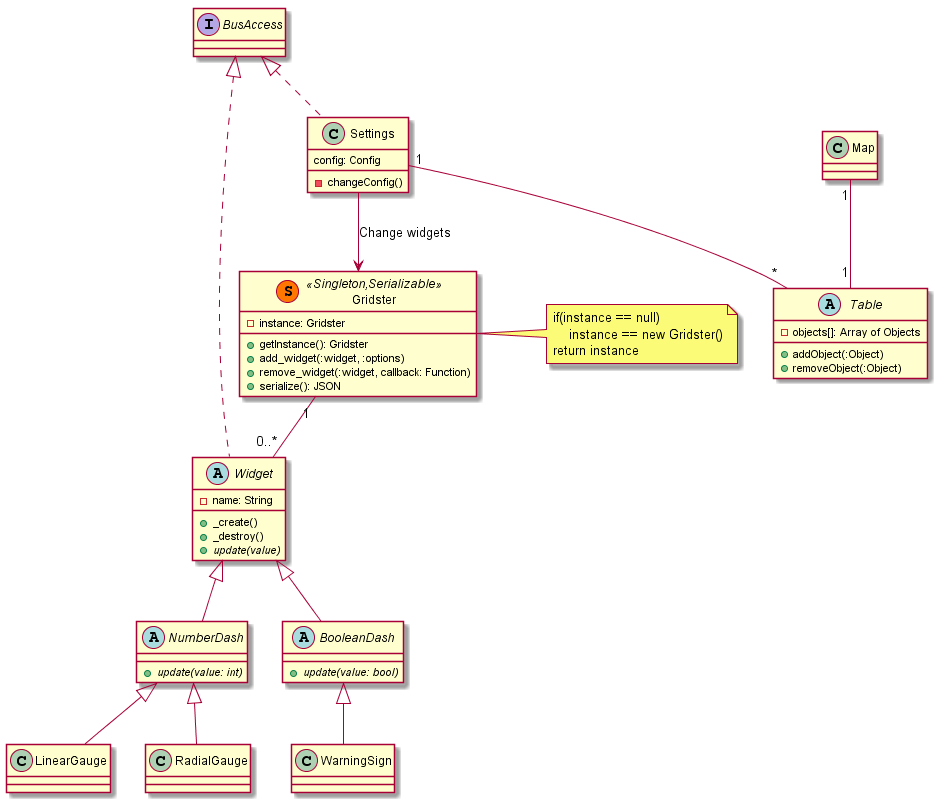
This is Entwurf/diagrams/UI.png from uzdry/PSE, a PlantUML export, as it was before one commit.
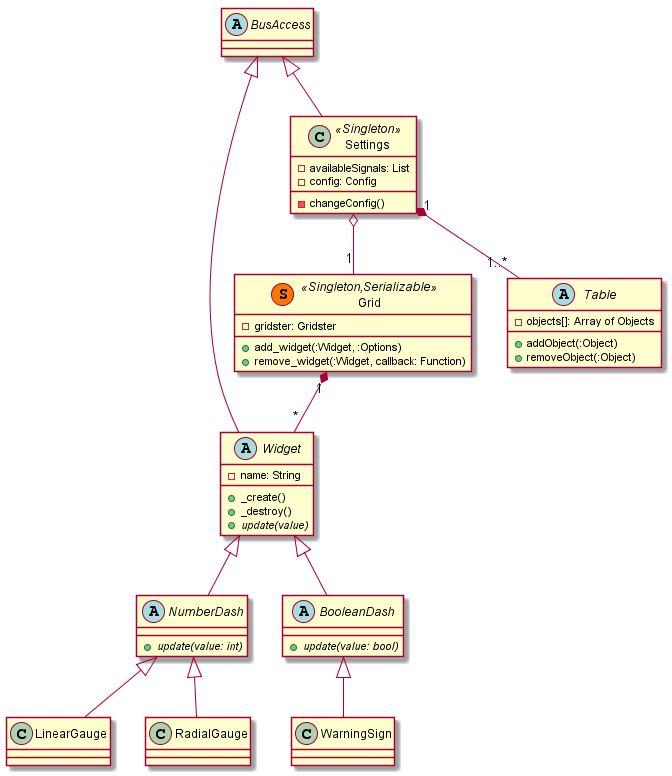
The same diagram one commit later.

What changed in the source:
```diff
@@ -1,10 +1,11 @@
 @startuml
 
 
-Gridster "1" -- "0..*" Widget
+Grid "1"*--"*" Widget
 
+abstract class BusAccess
 
-abstract class Widget implements BusAccess{
+abstract class Widget extends BusAccess{
     -name: String
     +_create()
     +_destroy()
@@ -28,27 +29,20 @@
 class WarningSign extends BooleanDash{
 }
 
-class Gridster << (S,#FF7700) Singleton,Serializable >> {
-    -instance: Gridster
-    +getInstance(): Gridster
-    +add_widget(:widget, :options)
-    +remove_widget(:widget, callback: Function)
-    +serialize(): JSON
+class Grid << (S,#FF7700) Singleton,Serializable >> {
+    +add_widget(:Widget, :Options)
+    +remove_widget(:Widget, callback: Function)
+	-gridster: Gridster
 }
 
-note right of Gridster
-    if(instance == null)
-        instance == new Gridster()
-    return instance
-end note
 
+Settings "1"*--"1..*" Table
+Settings o--"1" Grid
 
-Settings "1"--"*" Table
-Settings --> Gridster: Change widgets
-
-class Settings implements BusAccess{
-    config: Config
-    -changeConfig()
+class Settings <<Singleton>> extends BusAccess{
+	-availableSignals: List
+	-config: Config
+	-changeConfig()
 }
 
 abstract class Table {
@@ -58,11 +52,6 @@
 }
 
 
-Map "1"--"1" Table
-
-
-class Map{
-}
 
 
 
```
